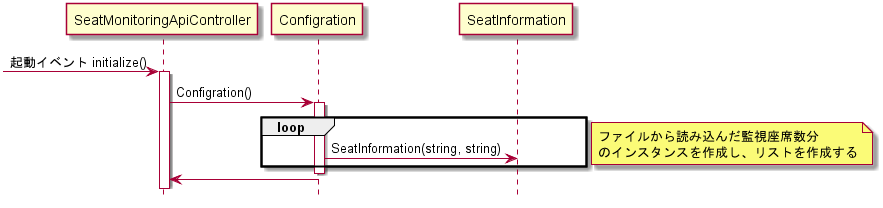
Above: doc/詳細設計/詳細設計書/構成図/SeatMonitoringAPI起動シーケンス図.png in KeisukeSugita/Seat-monitoring-system (PlantUML), before the change.
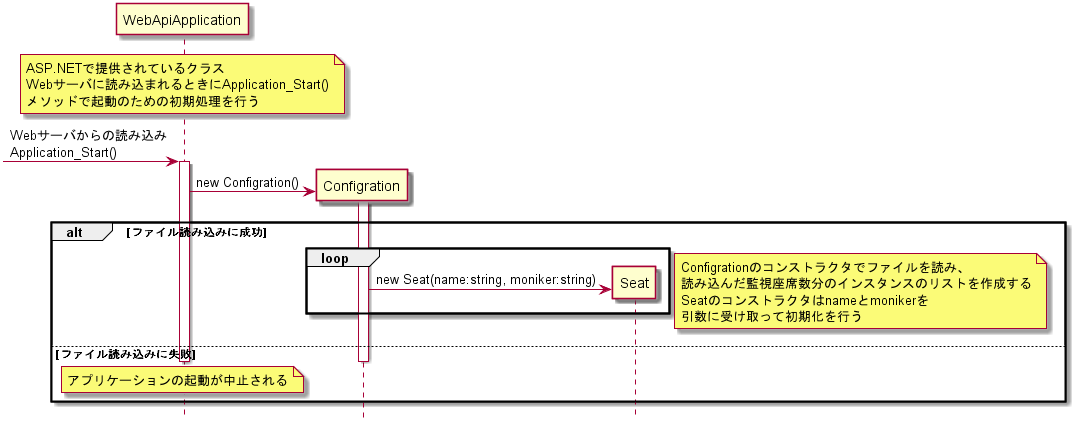
After the change.

What changed in the source:
```diff
@@ -1,25 +1,40 @@
 @startuml SeatMonitoringAPI起動シーケンス図
 hide footbox
 
-participant "SeatMonitoringApiController" as SeatMonitoringApiController
+participant "WebApiApplication" as WebApiApplication
 participant "Configration" as Configration
-participant "SeatInformation" as SeatInformation
+participant "Seat" as Seat
 
--> SeatMonitoringApiController :起動イベント initialize()
-activate SeatMonitoringApiController
-SeatMonitoringApiController -> Configration : Configration()
+note over WebApiApplication
+	ASP.NETで提供されているクラス
+	Webサーバに読み込まれるときにApplication_Start()
+	メソッドで起動のための初期処理を行う
+end note
+-> WebApiApplication :Webサーバからの読み込み\nApplication_Start()
+activate WebApiApplication
+
+create Configration
+WebApiApplication -> Configration : new Configration()
 activate Configration
 
-loop
-	Configration -> SeatInformation :SeatInformation(string, string)
+alt ファイル読み込みに成功
+	loop
+		create Seat
+		Configration -> Seat :new Seat(name:string, moniker:string)
+	end
+	note right
+		Configrationのコンストラクタでファイルを読み、
+		読み込んだ監視座席数分のインスタンスのリストを作成する
+		Seatのコンストラクタはnameとmonikerを
+		引数に受け取って初期化を行う
+	end note
+|||
+else ファイル読み込みに失敗
+	deactivate Configration
+	deactivate WebApiApplication
+	note over WebApiApplication
+		アプリケーションの起動が中止される
+	end note
 end
-note right
-	ファイルから読み込んだ監視座席数分
-	のインスタンスを作成し、リストを作成する
-end note
-
-deactivate Configration
-SeatMonitoringApiController <- Configration
-deactivate Configration
 
 @enduml
```
